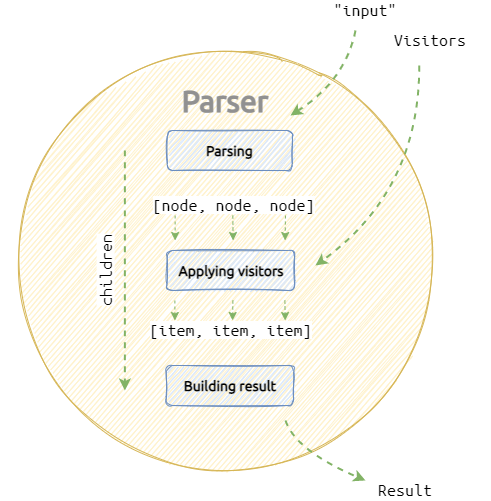
The draw.io diagram doc/overrides/assets/images/ast-2.png in strblr/pegase, before a commit. Source tidied: cells renumbered, new cells last; positions are measured from the earlier drawing's top-left corner, leaving out a move shared by most shapes.
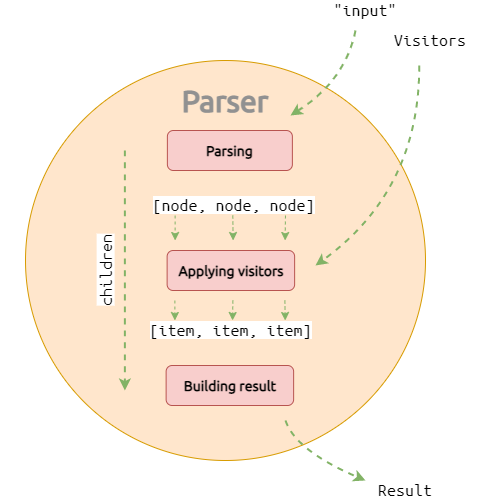
Above is the later version.

The edit, as a diff of the source:
```diff
@@ -2,25 +2,25 @@
   <root>
     <mxCell id="0" />
     <mxCell id="1" parent="0" />
-    <mxCell id="2" style="ellipse;whiteSpace=wrap;html=1;sketch=1;fillColor=#fff2cc;strokeColor=#d6b656;" parent="1" vertex="1">
+    <mxCell id="2" style="ellipse;whiteSpace=wrap;html=1;sketch=0;fillColor=#ffe6cc;strokeColor=#d79b00;" parent="1" vertex="1">
       <mxGeometry x="25" y="60" width="400" height="400" as="geometry" />
     </mxCell>
-    <mxCell id="3" value="&lt;span style=&quot;font-size: 14px&quot;&gt;Parsing&lt;/span&gt;" style="rounded=1;whiteSpace=wrap;html=1;fontSize=14;glass=0;strokeWidth=1;shadow=0;fontFamily=Ubuntu;labelBackgroundColor=none;sketch=1;fillColor=#dae8fc;strokeColor=#6c8ebf;fontSource=https%3A%2F%2Ffonts.googleapis.com%2Fcss%3Ffamily%3DUbuntu;fontStyle=1;" parent="1" vertex="1">
+    <mxCell id="3" value="&lt;span style=&quot;font-size: 14px&quot;&gt;Parsing&lt;/span&gt;" style="rounded=1;whiteSpace=wrap;html=1;fontSize=14;glass=0;strokeWidth=1;shadow=0;fontFamily=Ubuntu;labelBackgroundColor=none;sketch=0;fillColor=#f8cecc;strokeColor=#b85450;fontSource=https%3A%2F%2Ffonts.googleapis.com%2Fcss%3Ffamily%3DUbuntu;fontStyle=1;" parent="1" vertex="1">
       <mxGeometry x="166.9" y="130" width="125" height="40" as="geometry" />
     </mxCell>
-    <mxCell id="4" value="Parser" style="text;html=1;strokeColor=none;fillColor=none;align=center;verticalAlign=middle;whiteSpace=wrap;rounded=0;fontSize=30;fontStyle=1;fontFamily=Ubuntu;fontSource=https%3A%2F%2Ffonts.googleapis.com%2Fcss%3Ffamily%3DUbuntu;rotation=0;fontColor=#919191;" parent="1" vertex="1">
+    <mxCell id="4" value="Parser" style="text;html=1;strokeColor=none;fillColor=none;align=center;verticalAlign=middle;whiteSpace=wrap;rounded=0;fontSize=30;fontStyle=1;fontFamily=Ubuntu;fontSource=https%3A%2F%2Ffonts.googleapis.com%2Fcss%3Ffamily%3DUbuntu;rotation=0;fontColor=#919191;sketch=0;" parent="1" vertex="1">
       <mxGeometry x="155" y="85" width="140" height="30" as="geometry" />
     </mxCell>
-    <mxCell id="5" value="Applying visitors" style="rounded=1;whiteSpace=wrap;html=1;fontSize=14;glass=0;strokeWidth=1;shadow=0;fontFamily=Ubuntu;labelBackgroundColor=none;sketch=1;fillColor=#dae8fc;strokeColor=#6c8ebf;fontSource=https%3A%2F%2Ffonts.googleapis.com%2Fcss%3Ffamily%3DUbuntu;fontStyle=1;" parent="1" vertex="1">
+    <mxCell id="5" value="Applying visitors" style="rounded=1;whiteSpace=wrap;html=1;fontSize=14;glass=0;strokeWidth=1;shadow=0;fontFamily=Ubuntu;labelBackgroundColor=none;sketch=0;fillColor=#f8cecc;strokeColor=#b85450;fontSource=https%3A%2F%2Ffonts.googleapis.com%2Fcss%3Ffamily%3DUbuntu;fontStyle=1;" parent="1" vertex="1">
       <mxGeometry x="166.6" y="250" width="127.5" height="40" as="geometry" />
     </mxCell>
-    <mxCell id="6" value="&lt;span style=&quot;font-family: &amp;#34;ubuntu mono&amp;#34; ; font-size: 18px ; background-color: rgb(255 , 255 , 255)&quot;&gt;&quot;input&quot;&lt;/span&gt;" style="text;html=1;strokeColor=none;fillColor=none;align=center;verticalAlign=middle;whiteSpace=wrap;rounded=0;sketch=1;" parent="1" vertex="1">
+    <mxCell id="6" value="&lt;span style=&quot;font-family: &amp;#34;ubuntu mono&amp;#34; ; font-size: 18px ; background-color: rgb(255 , 255 , 255)&quot;&gt;&quot;input&quot;&lt;/span&gt;" style="text;html=1;strokeColor=none;fillColor=none;align=center;verticalAlign=middle;whiteSpace=wrap;rounded=0;sketch=0;" parent="1" vertex="1">
       <mxGeometry x="305" width="120" height="20" as="geometry" />
     </mxCell>
-    <mxCell id="7" value="&lt;span style=&quot;font-size: 14px&quot;&gt;Building result&lt;/span&gt;" style="rounded=1;whiteSpace=wrap;html=1;fontSize=14;glass=0;strokeWidth=1;shadow=0;fontFamily=Ubuntu;labelBackgroundColor=none;sketch=1;fillColor=#dae8fc;strokeColor=#6c8ebf;fontSource=https%3A%2F%2Ffonts.googleapis.com%2Fcss%3Ffamily%3DUbuntu;fontStyle=1;" parent="1" vertex="1">
+    <mxCell id="7" value="&lt;span style=&quot;font-size: 14px&quot;&gt;Building result&lt;/span&gt;" style="rounded=1;whiteSpace=wrap;html=1;fontSize=14;glass=0;strokeWidth=1;shadow=0;fontFamily=Ubuntu;labelBackgroundColor=none;sketch=0;fillColor=#f8cecc;strokeColor=#b85450;fontSource=https%3A%2F%2Ffonts.googleapis.com%2Fcss%3Ffamily%3DUbuntu;fontStyle=1;" parent="1" vertex="1">
       <mxGeometry x="165.6" y="365" width="127.5" height="40" as="geometry" />
     </mxCell>
-    <mxCell id="8" style="curved=1;endArrow=classic;html=1;fontFamily=Ubuntu Mono;fontSource=https%3A%2F%2Ffonts.googleapis.com%2Fcss%3Ffamily%3DUbuntu%2BMono;fontSize=18;dashed=1;strokeWidth=2;fillColor=#d5e8d4;strokeColor=#82b366;" parent="1" edge="1">
+    <mxCell id="8" style="curved=1;endArrow=classic;html=1;fontFamily=Ubuntu Mono;fontSource=https%3A%2F%2Ffonts.googleapis.com%2Fcss%3Ffamily%3DUbuntu%2BMono;fontSize=18;dashed=1;strokeWidth=2;fillColor=#d5e8d4;strokeColor=#82b366;sketch=0;" parent="1" edge="1">
       <mxGeometry relative="1" as="geometry">
         <mxPoint x="355" y="30" as="sourcePoint" />
         <mxPoint x="290" y="115" as="targetPoint" />
@@ -29,13 +29,13 @@
         </Array>
       </mxGeometry>
     </mxCell>
-    <mxCell id="9" style="curved=1;endArrow=classic;html=1;fontFamily=Ubuntu Mono;fontSource=https%3A%2F%2Ffonts.googleapis.com%2Fcss%3Ffamily%3DUbuntu%2BMono;fontSize=18;dashed=1;strokeWidth=2;fillColor=#d5e8d4;strokeColor=#82b366;" parent="1" edge="1">
+    <mxCell id="9" style="curved=1;endArrow=classic;html=1;fontFamily=Ubuntu Mono;fontSource=https%3A%2F%2Ffonts.googleapis.com%2Fcss%3Ffamily%3DUbuntu%2BMono;fontSize=18;dashed=1;strokeWidth=2;fillColor=#d5e8d4;strokeColor=#82b366;sketch=0;" parent="1" edge="1">
       <mxGeometry relative="1" as="geometry">
         <mxPoint x="124.4" y="150" as="sourcePoint" />
         <mxPoint x="124.4" y="390" as="targetPoint" />
       </mxGeometry>
     </mxCell>
-    <mxCell id="10" style="curved=1;endArrow=classic;html=1;fontFamily=Ubuntu Mono;fontSource=https%3A%2F%2Ffonts.googleapis.com%2Fcss%3Ffamily%3DUbuntu%2BMono;fontSize=18;dashed=1;strokeWidth=2;fillColor=#d5e8d4;strokeColor=#82b366;" parent="1" edge="1">
+    <mxCell id="10" style="curved=1;endArrow=classic;html=1;fontFamily=Ubuntu Mono;fontSource=https%3A%2F%2Ffonts.googleapis.com%2Fcss%3Ffamily%3DUbuntu%2BMono;fontSize=18;dashed=1;strokeWidth=2;fillColor=#d5e8d4;strokeColor=#82b366;sketch=0;" parent="1" edge="1">
       <mxGeometry relative="1" as="geometry">
         <mxPoint x="285" y="420" as="sourcePoint" />
         <mxPoint x="365" y="480" as="targetPoint" />
@@ -44,61 +44,61 @@
         </Array>
       </mxGeometry>
     </mxCell>
-    <mxCell id="11" value="&lt;span style=&quot;font-family: &amp;#34;ubuntu mono&amp;#34; ; font-size: 18px ; background-color: rgb(255 , 255 , 255)&quot;&gt;Result&lt;/span&gt;" style="text;html=1;strokeColor=none;fillColor=none;align=center;verticalAlign=middle;whiteSpace=wrap;rounded=0;sketch=1;" parent="1" vertex="1">
+    <mxCell id="11" value="&lt;span style=&quot;font-family: &amp;#34;ubuntu mono&amp;#34; ; font-size: 18px ; background-color: rgb(255 , 255 , 255)&quot;&gt;Result&lt;/span&gt;" style="text;html=1;strokeColor=none;fillColor=none;align=center;verticalAlign=middle;whiteSpace=wrap;rounded=0;sketch=0;" parent="1" vertex="1">
       <mxGeometry x="345" y="480" width="120" height="20" as="geometry" />
     </mxCell>
-    <mxCell id="12" value="&lt;font face=&quot;ubuntu mono&quot;&gt;&lt;span style=&quot;font-size: 18px ; background-color: rgb(255 , 255 , 255)&quot;&gt;[node, node, node]&lt;/span&gt;&lt;/font&gt;" style="text;html=1;strokeColor=none;fillColor=none;align=center;verticalAlign=middle;whiteSpace=wrap;rounded=0;sketch=1;" parent="1" vertex="1">
+    <mxCell id="12" value="&lt;font face=&quot;ubuntu mono&quot;&gt;&lt;span style=&quot;font-size: 18px ; background-color: rgb(255 , 255 , 255)&quot;&gt;[node, node, node]&lt;/span&gt;&lt;/font&gt;" style="text;html=1;strokeColor=none;fillColor=none;align=center;verticalAlign=middle;whiteSpace=wrap;rounded=0;sketch=0;" parent="1" vertex="1">
       <mxGeometry x="140.6" y="195" width="185" height="20" as="geometry" />
     </mxCell>
-    <mxCell id="13" value="&lt;font face=&quot;ubuntu mono&quot;&gt;&lt;span style=&quot;font-size: 18px ; background-color: rgb(255 , 255 , 255)&quot;&gt;[item, item, item]&lt;/span&gt;&lt;/font&gt;" style="text;html=1;strokeColor=none;fillColor=none;align=center;verticalAlign=middle;whiteSpace=wrap;rounded=0;sketch=1;" parent="1" vertex="1">
+    <mxCell id="13" value="&lt;font face=&quot;ubuntu mono&quot;&gt;&lt;span style=&quot;font-size: 18px ; background-color: rgb(255 , 255 , 255)&quot;&gt;[item, item, item]&lt;/span&gt;&lt;/font&gt;" style="text;html=1;strokeColor=none;fillColor=none;align=center;verticalAlign=middle;whiteSpace=wrap;rounded=0;sketch=0;" parent="1" vertex="1">
       <mxGeometry x="142.9" y="320" width="175" height="20" as="geometry" />
     </mxCell>
-    <mxCell id="14" style="endArrow=classic;html=1;fontFamily=Ubuntu;fontSource=https%3A%2F%2Ffonts.googleapis.com%2Fcss%3Ffamily%3DUbuntu;fontSize=30;fontColor=#919191;dashed=1;fillColor=#d5e8d4;strokeColor=#82b366;" parent="1" edge="1">
+    <mxCell id="14" style="endArrow=classic;html=1;fontFamily=Ubuntu;fontSource=https%3A%2F%2Ffonts.googleapis.com%2Fcss%3Ffamily%3DUbuntu;fontSize=30;fontColor=#919191;dashed=1;fillColor=#d5e8d4;strokeColor=#82b366;sketch=0;" parent="1" edge="1">
       <mxGeometry relative="1" as="geometry">
         <mxPoint x="174.6" y="215" as="sourcePoint" />
         <mxPoint x="174.6" y="240" as="targetPoint" />
       </mxGeometry>
     </mxCell>
-    <mxCell id="15" style="endArrow=classic;html=1;fontFamily=Ubuntu;fontSource=https%3A%2F%2Ffonts.googleapis.com%2Fcss%3Ffamily%3DUbuntu;fontSize=30;fontColor=#919191;dashed=1;fillColor=#d5e8d4;strokeColor=#82b366;" parent="1" edge="1">
+    <mxCell id="15" style="endArrow=classic;html=1;fontFamily=Ubuntu;fontSource=https%3A%2F%2Ffonts.googleapis.com%2Fcss%3Ffamily%3DUbuntu;fontSize=30;fontColor=#919191;dashed=1;fillColor=#d5e8d4;strokeColor=#82b366;sketch=0;" parent="1" edge="1">
       <mxGeometry relative="1" as="geometry">
         <mxPoint x="232.3" y="215" as="sourcePoint" />
         <mxPoint x="232.6" y="240" as="targetPoint" />
       </mxGeometry>
     </mxCell>
-    <mxCell id="16" style="endArrow=classic;html=1;fontFamily=Ubuntu;fontSource=https%3A%2F%2Ffonts.googleapis.com%2Fcss%3Ffamily%3DUbuntu;fontSize=30;fontColor=#919191;dashed=1;fillColor=#d5e8d4;strokeColor=#82b366;" parent="1" edge="1">
+    <mxCell id="16" style="endArrow=classic;html=1;fontFamily=Ubuntu;fontSource=https%3A%2F%2Ffonts.googleapis.com%2Fcss%3Ffamily%3DUbuntu;fontSize=30;fontColor=#919191;dashed=1;fillColor=#d5e8d4;strokeColor=#82b366;sketch=0;" parent="1" edge="1">
       <mxGeometry relative="1" as="geometry">
         <mxPoint x="285" y="215" as="sourcePoint" />
         <mxPoint x="284.6" y="240" as="targetPoint" />
       </mxGeometry>
     </mxCell>
-    <mxCell id="17" style="endArrow=classic;html=1;fontFamily=Ubuntu;fontSource=https%3A%2F%2Ffonts.googleapis.com%2Fcss%3Ffamily%3DUbuntu;fontSize=30;fontColor=#919191;dashed=1;fillColor=#d5e8d4;strokeColor=#82b366;" parent="1" edge="1">
+    <mxCell id="17" style="endArrow=classic;html=1;fontFamily=Ubuntu;fontSource=https%3A%2F%2Ffonts.googleapis.com%2Fcss%3Ffamily%3DUbuntu;fontSize=30;fontColor=#919191;dashed=1;fillColor=#d5e8d4;strokeColor=#82b366;sketch=0;" parent="1" edge="1">
       <mxGeometry relative="1" as="geometry">
         <mxPoint x="174.4" y="300" as="sourcePoint" />
         <mxPoint x="174.4" y="320" as="targetPoint" />
       </mxGeometry>
     </mxCell>
-    <mxCell id="18" style="endArrow=classic;html=1;fontFamily=Ubuntu;fontSource=https%3A%2F%2Ffonts.googleapis.com%2Fcss%3Ffamily%3DUbuntu;fontSize=30;fontColor=#919191;dashed=1;fillColor=#d5e8d4;strokeColor=#82b366;" parent="1" edge="1">
+    <mxCell id="18" style="endArrow=classic;html=1;fontFamily=Ubuntu;fontSource=https%3A%2F%2Ffonts.googleapis.com%2Fcss%3Ffamily%3DUbuntu;fontSize=30;fontColor=#919191;dashed=1;fillColor=#d5e8d4;strokeColor=#82b366;sketch=0;" parent="1" edge="1">
       <mxGeometry relative="1" as="geometry">
         <mxPoint x="232.4" y="300" as="sourcePoint" />
         <mxPoint x="232" y="320" as="targetPoint" />
       </mxGeometry>
     </mxCell>
-    <mxCell id="19" style="endArrow=classic;html=1;fontFamily=Ubuntu;fontSource=https%3A%2F%2Ffonts.googleapis.com%2Fcss%3Ffamily%3DUbuntu;fontSize=30;fontColor=#919191;dashed=1;fillColor=#d5e8d4;strokeColor=#82b366;" parent="1" edge="1">
+    <mxCell id="19" style="endArrow=classic;html=1;fontFamily=Ubuntu;fontSource=https%3A%2F%2Ffonts.googleapis.com%2Fcss%3Ffamily%3DUbuntu;fontSize=30;fontColor=#919191;dashed=1;fillColor=#d5e8d4;strokeColor=#82b366;sketch=0;" parent="1" edge="1">
       <mxGeometry relative="1" as="geometry">
         <mxPoint x="284.4" y="300" as="sourcePoint" />
         <mxPoint x="284.7" y="320" as="targetPoint" />
       </mxGeometry>
     </mxCell>
-    <mxCell id="20" value="&lt;span style=&quot;font-family: &amp;#34;ubuntu mono&amp;#34; ; font-size: 18px ; background-color: rgb(255 , 255 , 255)&quot;&gt;children&lt;/span&gt;" style="text;html=1;strokeColor=none;fillColor=none;align=center;verticalAlign=middle;whiteSpace=wrap;rounded=0;sketch=1;rotation=-90;" parent="1" vertex="1">
+    <mxCell id="20" value="&lt;span style=&quot;font-family: &amp;#34;ubuntu mono&amp;#34; ; font-size: 18px ; background-color: rgb(255 , 255 , 255)&quot;&gt;children&lt;/span&gt;" style="text;html=1;strokeColor=none;fillColor=none;align=center;verticalAlign=middle;whiteSpace=wrap;rounded=0;sketch=0;rotation=-90;" parent="1" vertex="1">
       <mxGeometry x="45.6" y="260" width="120" height="20" as="geometry" />
     </mxCell>
-    <mxCell id="21" style="rounded=0;whiteSpace=wrap;html=1;strokeWidth=0;fillColor=none;strokeColor=none;" parent="1" vertex="1">
+    <mxCell id="21" style="rounded=0;whiteSpace=wrap;html=1;strokeWidth=0;fillColor=none;strokeColor=none;sketch=0;" parent="1" vertex="1">
       <mxGeometry y="85" width="120" height="60" as="geometry" />
     </mxCell>
-    <mxCell id="22" value="&lt;span style=&quot;font-family: &amp;#34;ubuntu mono&amp;#34; ; font-size: 18px ; background-color: rgb(255 , 255 , 255)&quot;&gt;Visitors&lt;/span&gt;" style="text;html=1;strokeColor=none;fillColor=none;align=center;verticalAlign=middle;whiteSpace=wrap;rounded=0;sketch=1;" parent="1" vertex="1">
+    <mxCell id="22" value="&lt;span style=&quot;font-family: &amp;#34;ubuntu mono&amp;#34; ; font-size: 18px ; background-color: rgb(255 , 255 , 255)&quot;&gt;Visitors&lt;/span&gt;" style="text;html=1;strokeColor=none;fillColor=none;align=center;verticalAlign=middle;whiteSpace=wrap;rounded=0;sketch=0;" parent="1" vertex="1">
       <mxGeometry x="370" y="30" width="120" height="20" as="geometry" />
     </mxCell>
-    <mxCell id="23" style="curved=1;endArrow=classic;html=1;fontFamily=Ubuntu Mono;fontSource=https%3A%2F%2Ffonts.googleapis.com%2Fcss%3Ffamily%3DUbuntu%2BMono;fontSize=18;dashed=1;strokeWidth=2;fillColor=#d5e8d4;strokeColor=#82b366;" parent="1" edge="1">
+    <mxCell id="23" style="curved=1;endArrow=classic;html=1;fontFamily=Ubuntu Mono;fontSource=https%3A%2F%2Ffonts.googleapis.com%2Fcss%3Ffamily%3DUbuntu%2BMono;fontSize=18;dashed=1;strokeWidth=2;fillColor=#d5e8d4;strokeColor=#82b366;sketch=0;" parent="1" edge="1">
       <mxGeometry relative="1" as="geometry">
         <mxPoint x="418.8" y="65" as="sourcePoint" />
         <mxPoint x="315" y="265" as="targetPoint" />
```
